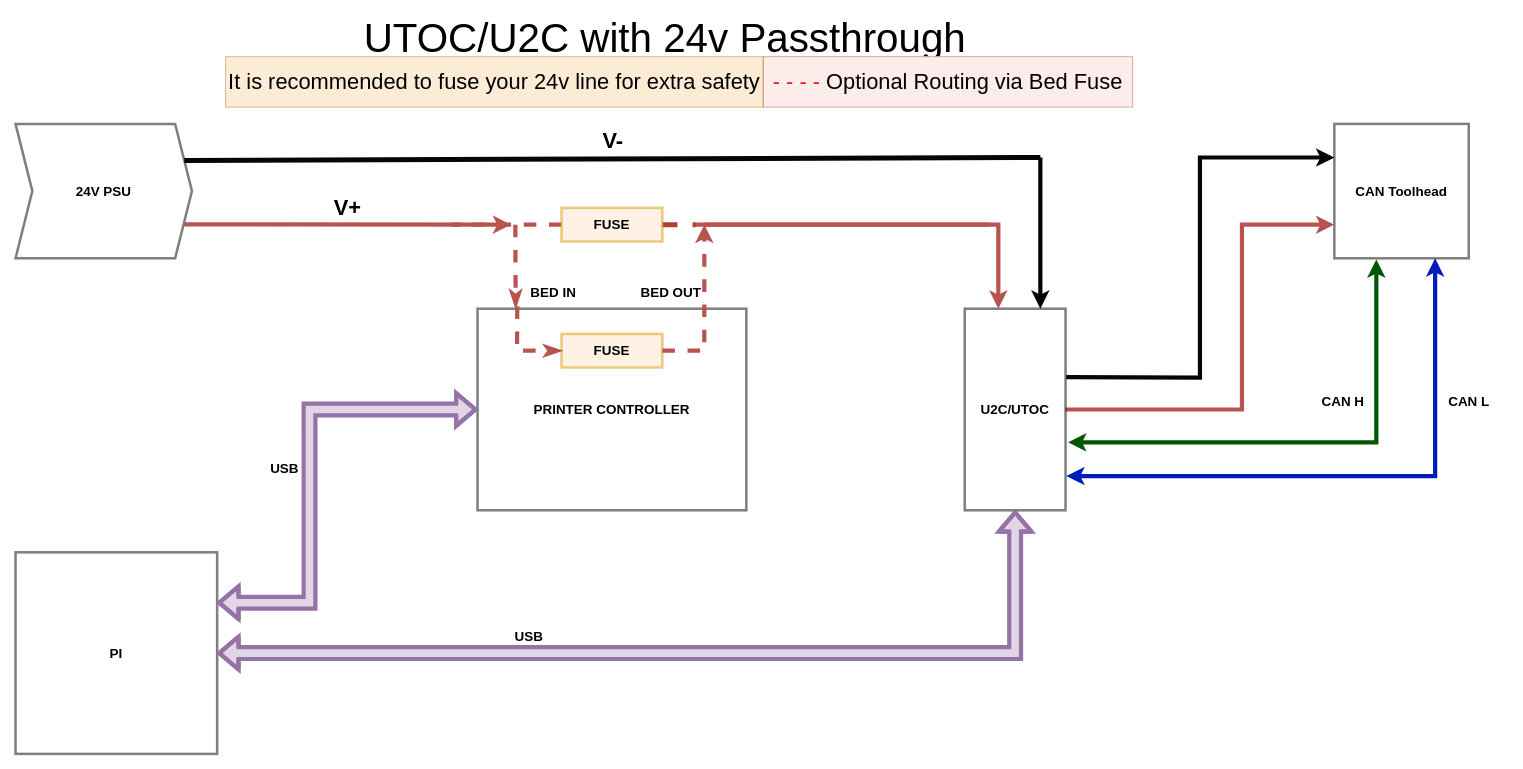
maz0r/klipper_canbus keeps this draw.io diagram as images/utoc-u2c-passthrough.drawio. Above is the earlier version. Source tidied: cells renumbered, new cells numbered last; positions are measured from the earlier drawing's top-left corner, leaving out a move shared by most shapes. Both pictures are drawn from the tidied source at 84%, with x=0, y=0 at pixel (15, 23).
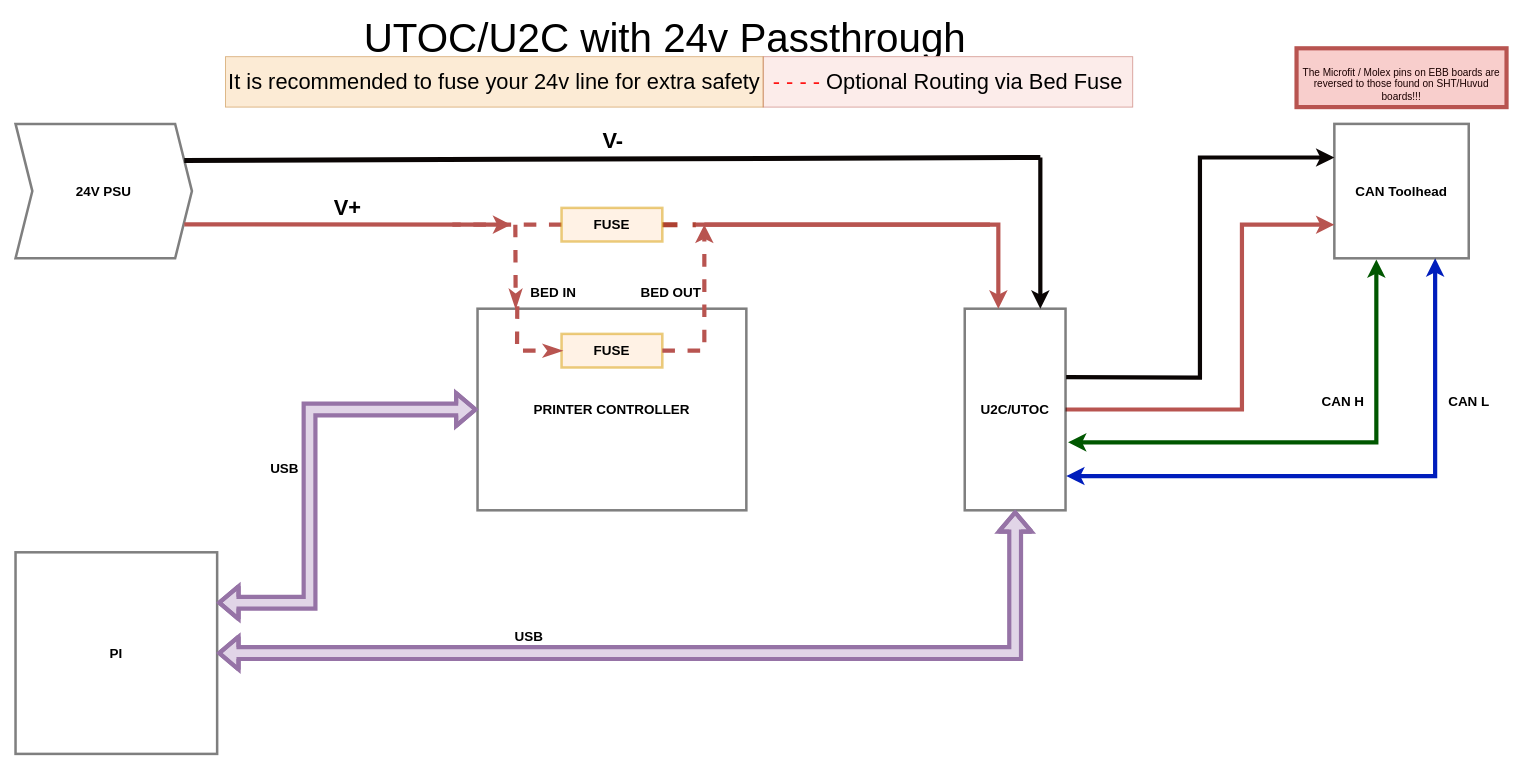
The same page after the edit.

The edit, as a diff of the source:
```diff
@@
+    <mxCell id="29" value="&lt;div style=&quot;font-size: 12px;&quot;&gt;&lt;font style=&quot;font-size: 12px;&quot; color=&quot;#1A0101&quot;&gt;The Microfit / Molex pins on EBB boards are reversed to those found on SHT/Huvud boards!!!&lt;/font&gt;&lt;/div&gt;" style="text;html=1;strokeColor=#b85450;fillColor=#f8cecc;spacing=5;spacingTop=-20;whiteSpace=wrap;overflow=hidden;rounded=0;fontSize=12;align=center;verticalAlign=bottom;strokeWidth=5;labelPosition=center;verticalLabelPosition=middle;" parent="1" vertex="1">
+      <mxGeometry x="1525" y="30" width="250" height="70" as="geometry" />
+    </mxCell>
```
